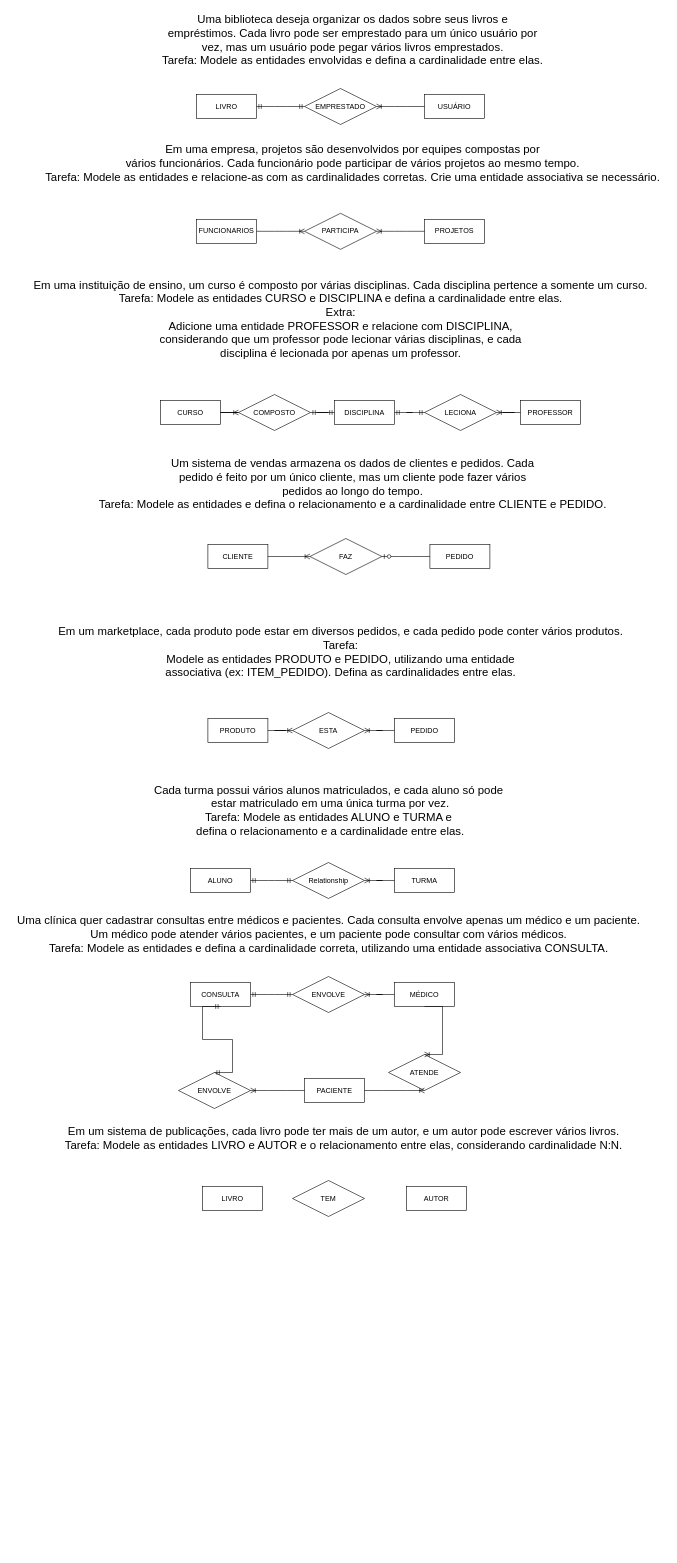
Before: DRAW.IO/Cardinalidade-2.drawio in Henrique-nte/SENAI_ISSUES, a draw.io diagram. Source tidied: cells renumbered, new cells numbered last; positions are measured from the earlier drawing's top-left corner, leaving out a move shared by most shapes. Both pictures are drawn from the tidied source at 60%, with x=0, y=0 at pixel (10, 10).
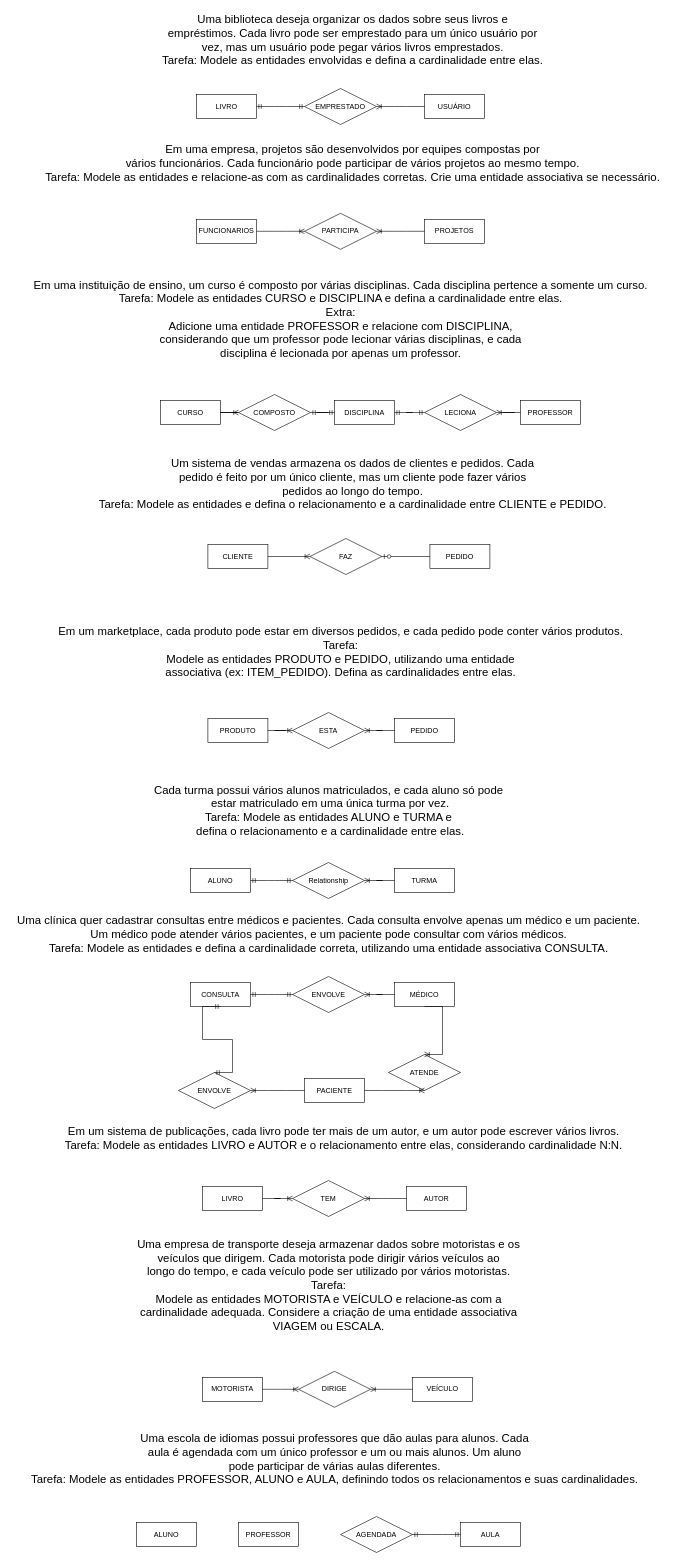
After the change.

The change refers to these unchanged cells:
```xml
<mxCell id="56" value="LIVRO" style="whiteSpace=wrap;html=1;align=center;strokeColor=default;verticalAlign=middle;fontFamily=Helvetica;fontSize=12;fontColor=default;fillColor=default;" parent="1" vertex="1">
  <mxGeometry x="320" y="1960" width="100" height="40" as="geometry" />
</mxCell>
<mxCell id="57" value="AUTOR" style="whiteSpace=wrap;html=1;align=center;strokeColor=default;verticalAlign=middle;fontFamily=Helvetica;fontSize=12;fontColor=default;fillColor=default;" parent="1" vertex="1">
  <mxGeometry x="660" y="1960" width="100" height="40" as="geometry" />
</mxCell>
<mxCell id="58" value="TEM" style="shape=rhombus;perimeter=rhombusPerimeter;whiteSpace=wrap;html=1;align=center;strokeColor=default;verticalAlign=middle;fontFamily=Helvetica;fontSize=12;fontColor=default;fillColor=default;" parent="1" vertex="1">
  <mxGeometry x="470" y="1950" width="120" height="60" as="geometry" />
</mxCell>
```

Change to the diagram source:
```diff
@@
+    <mxCell id="59" style="edgeStyle=entityRelationEdgeStyle;fontSize=12;html=1;endArrow=ERoneToMany;rounded=0;exitX=1;exitY=0.5;exitDx=0;exitDy=0;entryX=0;entryY=0.5;entryDx=0;entryDy=0;" parent="1" edge="1" source="56" target="58">
+      <mxGeometry relative="1" as="geometry" />
+    </mxCell>
+    <mxCell id="60" style="edgeStyle=entityRelationEdgeStyle;fontSize=12;html=1;endArrow=ERoneToMany;rounded=0;exitX=0;exitY=0.5;exitDx=0;exitDy=0;entryX=1;entryY=0.5;entryDx=0;entryDy=0;" parent="1" edge="1" source="57" target="58">
+      <mxGeometry relative="1" as="geometry" />
+    </mxCell>
+    <mxCell id="61" value="&lt;font style=&quot;font-size: 19px;&quot;&gt;Uma empresa de transporte deseja armazenar dados sobre motoristas e os &lt;br&gt;veículos que dirigem. Cada motorista pode dirigir vários veículos ao &lt;br&gt;longo do tempo, e cada veículo pode ser utilizado por vários motoristas.&lt;br&gt;Tarefa:&lt;br&gt; Modele as entidades MOTORISTA e VEÍCULO e relacione-as com a &lt;br&gt;cardinalidade adequada. Considere a criação de uma entidade associativa &lt;br&gt;VIAGEM ou ESCALA.&lt;/font&gt;" style="text;html=1;align=center;verticalAlign=middle;strokeColor=none;fillColor=none;" parent="1" vertex="1">
+      <mxGeometry x="200" y="2040" width="660" height="170" as="geometry" />
+    </mxCell>
+    <mxCell id="62" value="MOTORISTA" style="whiteSpace=wrap;html=1;align=center;" parent="1" vertex="1">
+      <mxGeometry x="320" y="2278" width="100" height="40" as="geometry" />
+    </mxCell>
+    <mxCell id="63" value="VEÍCULO" style="whiteSpace=wrap;html=1;align=center;" parent="1" vertex="1">
+      <mxGeometry x="670" y="2278" width="100" height="40" as="geometry" />
+    </mxCell>
+    <mxCell id="64" value="DIRIGE" style="shape=rhombus;perimeter=rhombusPerimeter;whiteSpace=wrap;html=1;align=center;" parent="1" vertex="1">
+      <mxGeometry x="480" y="2268" width="120" height="60" as="geometry" />
+    </mxCell>
+    <mxCell id="65" style="edgeStyle=entityRelationEdgeStyle;fontSize=12;html=1;endArrow=ERoneToMany;rounded=0;exitX=1;exitY=0.5;exitDx=0;exitDy=0;entryX=0;entryY=0.5;entryDx=0;entryDy=0;" parent="1" edge="1" source="62" target="64">
+      <mxGeometry relative="1" as="geometry" />
+    </mxCell>
+    <mxCell id="66" style="edgeStyle=entityRelationEdgeStyle;fontSize=12;html=1;endArrow=ERoneToMany;rounded=0;exitX=0;exitY=0.5;exitDx=0;exitDy=0;entryX=1;entryY=0.5;entryDx=0;entryDy=0;" parent="1" edge="1" source="63" target="64">
+      <mxGeometry relative="1" as="geometry" />
+    </mxCell>
+    <mxCell id="67" value="&lt;font style=&quot;font-size: 19px;&quot;&gt;Uma escola de idiomas possui professores que dão aulas para alunos. Cada&lt;br&gt; aula é agendada com um único professor e um ou mais alunos. Um aluno &lt;br&gt;pode participar de várias aulas diferentes.&lt;br&gt;Tarefa: Modele as entidades PROFESSOR, ALUNO e AULA, definindo todos os relacionamentos e suas cardinalidades.&lt;/font&gt;" style="text;html=1;align=center;verticalAlign=middle;strokeColor=none;fillColor=none;" parent="1" vertex="1">
+      <mxGeometry x="20" y="2365" width="1040" height="100" as="geometry" />
+    </mxCell>
+    <mxCell id="68" value="PROFESSOR" style="whiteSpace=wrap;html=1;align=center;" parent="1" vertex="1">
+      <mxGeometry x="380" y="2520" width="100" height="40" as="geometry" />
+    </mxCell>
+    <mxCell id="69" value="ALUNO" style="whiteSpace=wrap;html=1;align=center;" parent="1" vertex="1">
+      <mxGeometry x="210" y="2520" width="100" height="40" as="geometry" />
+    </mxCell>
+    <mxCell id="70" value="AULA" style="whiteSpace=wrap;html=1;align=center;" parent="1" vertex="1">
+      <mxGeometry x="750" y="2520" width="100" height="40" as="geometry" />
+    </mxCell>
+    <mxCell id="71" value="AGENDADA" style="shape=rhombus;perimeter=rhombusPerimeter;whiteSpace=wrap;html=1;align=center;" parent="1" vertex="1">
+      <mxGeometry x="550" y="2510" width="120" height="60" as="geometry" />
+    </mxCell>
+    <mxCell id="72" style="edgeStyle=entityRelationEdgeStyle;fontSize=12;html=1;endArrow=ERmandOne;startArrow=ERmandOne;rounded=0;exitX=0;exitY=0.5;exitDx=0;exitDy=0;entryX=1;entryY=0.5;entryDx=0;entryDy=0;" parent="1" edge="1" source="70" target="71">
+      <mxGeometry relative="1" as="geometry" />
+    </mxCell>
```
